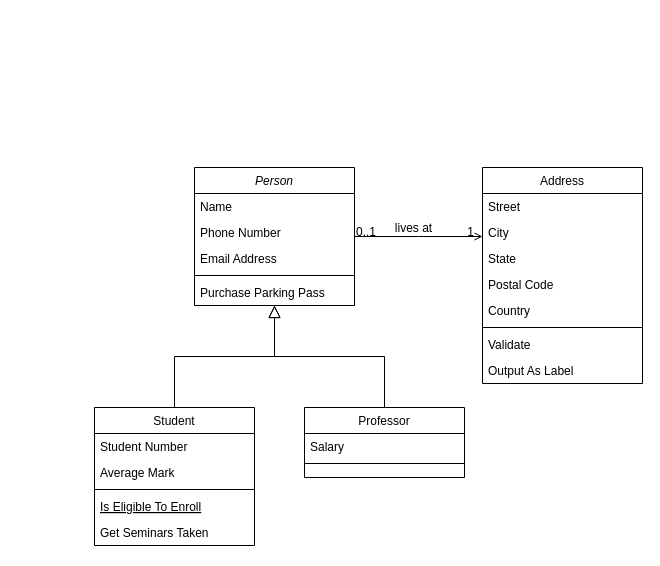
Before: Диаграмма без названия.drawio in dinywka/homeworks, a draw.io diagram. Source tidied: cells renumbered, new cells numbered last; positions are measured from the earlier drawing's top-left corner, leaving out a move shared by most shapes. Both pictures are drawn from the tidied source at 100%, with x=0, y=0 at pixel (94, 167).
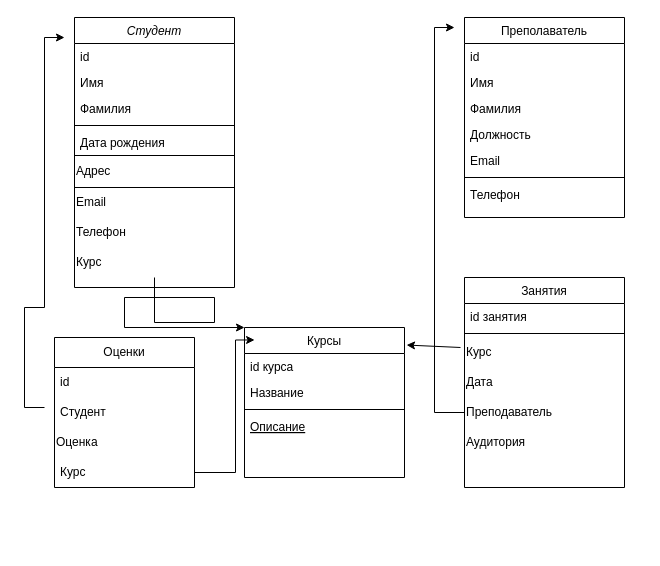
The same page after the edit.

The edit, as a diff of the source:
```diff
@@
-    <mxCell id="2" value="Person" style="swimlane;fontStyle=2;align=center;verticalAlign=top;horizontal=1;startSize=26;rounded=0;shadow=0;strokeWidth=1;" parent="1" vertex="1">
-      <mxGeometry x="100" width="160" height="138" as="geometry" />
+    <mxCell id="2" value="Студент" style="swimlane;fontStyle=2;align=center;verticalAlign=top;horizontal=1;startSize=26;rounded=0;shadow=0;strokeWidth=1;" parent="1" vertex="1">
+      <mxGeometry x="-20" y="-150" width="160" height="270" as="geometry" />
     </mxCell>
-    <mxCell id="3" value="Name" style="text;align=left;verticalAlign=top;spacingLeft=4;spacingRight=4;overflow=hidden;" parent="2" vertex="1">
+    <mxCell id="3" value="id&#10;" style="text;align=left;verticalAlign=top;spacingLeft=4;spacingRight=4;overflow=hidden;" parent="2" vertex="1">
       <mxGeometry y="26" width="160" height="26" as="geometry" />
     </mxCell>
-    <mxCell id="4" value="Phone Number" style="text;align=left;verticalAlign=top;spacingLeft=4;spacingRight=4;overflow=hidden;rounded=0;shadow=0;html=0;" parent="2" vertex="1">
+    <mxCell id="4" value="Имя" style="text;align=left;verticalAlign=top;spacingLeft=4;spacingRight=4;overflow=hidden;rounded=0;shadow=0;html=0;" parent="2" vertex="1">
       <mxGeometry y="52" width="160" height="26" as="geometry" />
     </mxCell>
-    <mxCell id="5" value="Email Address" style="text;align=left;verticalAlign=top;spacingLeft=4;spacingRight=4;overflow=hidden;rounded=0;shadow=0;html=0;" parent="2" vertex="1">
+    <mxCell id="5" value="Фамилия" style="text;align=left;verticalAlign=top;spacingLeft=4;spacingRight=4;overflow=hidden;rounded=0;shadow=0;html=0;" parent="2" vertex="1">
       <mxGeometry y="78" width="160" height="26" as="geometry" />
     </mxCell>
@@
-    <mxCell id="7" value="Purchase Parking Pass" style="text;align=left;verticalAlign=top;spacingLeft=4;spacingRight=4;overflow=hidden;" parent="2" vertex="1">
+    <mxCell id="7" value="Дата рождения&#10;" style="text;align=left;verticalAlign=top;spacingLeft=4;spacingRight=4;overflow=hidden;" parent="2" vertex="1">
       <mxGeometry y="112" width="160" height="26" as="geometry" />
     </mxCell>
+    <mxCell id="32" value="Адрес" style="whiteSpace=wrap;html=1;align=left;" parent="2" vertex="1">
+      <mxGeometry y="138" width="160" height="32" as="geometry" />
+    </mxCell>
+    <mxCell id="33" value="Email" style="text;html=1;align=left;verticalAlign=middle;strokeColor=none;fillColor=none;" parent="2" vertex="1">
+      <mxGeometry y="170" width="160" height="30" as="geometry" />
+    </mxCell>
+    <mxCell id="34" value="Телефон" style="text;html=1;align=left;verticalAlign=middle;strokeColor=none;fillColor=none;" parent="2" vertex="1">
+      <mxGeometry y="200" width="160" height="30" as="geometry" />
+    </mxCell>
+    <mxCell id="35" value="Курс" style="text;html=1;align=left;verticalAlign=middle;points=[];strokeColor=none;fillColor=none;" parent="2" vertex="1">
+      <mxGeometry y="230" width="160" height="30" as="geometry" />
+    </mxCell>
-    <mxCell id="8" value="Student" style="swimlane;fontStyle=0;align=center;verticalAlign=top;horizontal=1;startSize=26;rounded=0;shadow=0;strokeWidth=1;" parent="1" vertex="1">
-      <mxGeometry y="240" width="160" height="138" as="geometry" />
+    <mxCell id="8" value="Курсы" style="swimlane;fontStyle=0;align=center;verticalAlign=top;horizontal=1;startSize=26;rounded=0;shadow=0;strokeWidth=1;" parent="1" vertex="1">
+      <mxGeometry x="150" y="160" width="160" height="150" as="geometry" />
     </mxCell>
-    <mxCell id="9" value="Student Number" style="text;align=left;verticalAlign=top;spacingLeft=4;spacingRight=4;overflow=hidden;" parent="8" vertex="1">
+    <mxCell id="9" value="id курса" style="text;align=left;verticalAlign=top;spacingLeft=4;spacingRight=4;overflow=hidden;" parent="8" vertex="1">
       <mxGeometry y="26" width="160" height="26" as="geometry" />
     </mxCell>
-    <mxCell id="10" value="Average Mark" style="text;align=left;verticalAlign=top;spacingLeft=4;spacingRight=4;overflow=hidden;rounded=0;shadow=0;html=0;" parent="8" vertex="1">
+    <mxCell id="10" value="Название" style="text;align=left;verticalAlign=top;spacingLeft=4;spacingRight=4;overflow=hidden;rounded=0;shadow=0;html=0;" parent="8" vertex="1">
       <mxGeometry y="52" width="160" height="26" as="geometry" />
     </mxCell>
@@
-    <mxCell id="12" value="Is Eligible To Enroll" style="text;align=left;verticalAlign=top;spacingLeft=4;spacingRight=4;overflow=hidden;fontStyle=4;" parent="8" vertex="1">
+    <mxCell id="12" value="Описание" style="text;align=left;verticalAlign=top;spacingLeft=4;spacingRight=4;overflow=hidden;fontStyle=4;" parent="8" vertex="1">
       <mxGeometry y="86" width="160" height="26" as="geometry" />
     </mxCell>
-    <mxCell id="13" value="Get Seminars Taken" style="text;align=left;verticalAlign=top;spacingLeft=4;spacingRight=4;overflow=hidden;" parent="8" vertex="1">
-      <mxGeometry y="112" width="160" height="26" as="geometry" />
-    </mxCell>
-    <mxCell id="14" style="endArrow=block;endSize=10;endFill=0;shadow=0;strokeWidth=1;rounded=0;edgeStyle=elbowEdgeStyle;elbow=vertical;" parent="1" edge="1" source="8" target="2">
-      <mxGeometry relative="1" as="geometry" />
-    </mxCell>
-    <mxCell id="15" value="Professor" style="swimlane;fontStyle=0;align=center;verticalAlign=top;horizontal=1;startSize=26;rounded=0;shadow=0;strokeWidth=1;" parent="1" vertex="1">
-      <mxGeometry x="210" y="240" width="160" height="70" as="geometry" />
+    <mxCell id="15" value="Занятия" style="swimlane;fontStyle=0;align=center;verticalAlign=top;horizontal=1;startSize=26;rounded=0;shadow=0;strokeWidth=1;" parent="1" vertex="1">
+      <mxGeometry x="370" y="110" width="160" height="210" as="geometry" />
     </mxCell>
-    <mxCell id="16" value="Salary" style="text;align=left;verticalAlign=top;spacingLeft=4;spacingRight=4;overflow=hidden;" parent="15" vertex="1">
+    <mxCell id="16" value="id занятия" style="text;align=left;verticalAlign=top;spacingLeft=4;spacingRight=4;overflow=hidden;" parent="15" vertex="1">
       <mxGeometry y="26" width="160" height="26" as="geometry" />
     </mxCell>
@@
-    <mxCell id="18" style="endArrow=block;endSize=10;endFill=0;shadow=0;strokeWidth=1;rounded=0;edgeStyle=elbowEdgeStyle;elbow=vertical;" parent="1" edge="1" source="15" target="2">
-      <mxGeometry relative="1" as="geometry" />
-    </mxCell>
+    <mxCell id="36" value="Курс" style="text;html=1;align=left;verticalAlign=middle;points=[];strokeColor=none;fillColor=none;" parent="15" vertex="1">
+      <mxGeometry y="60" width="160" height="30" as="geometry" />
+    </mxCell>
+    <mxCell id="37" value="Дата" style="text;html=1;align=left;verticalAlign=middle;strokeColor=none;fillColor=none;" parent="15" vertex="1">
+      <mxGeometry y="90" width="160" height="30" as="geometry" />
+    </mxCell>
+    <mxCell id="38" value="Преподаватель" style="text;html=1;align=left;verticalAlign=middle;points=[];strokeColor=none;fillColor=none;" parent="15" vertex="1">
+      <mxGeometry y="120" width="160" height="30" as="geometry" />
+    </mxCell>
+    <mxCell id="39" value="Аудитория" style="text;html=1;align=left;verticalAlign=middle;strokeColor=none;fillColor=none;" parent="15" vertex="1">
+      <mxGeometry y="150" width="160" height="30" as="geometry" />
+    </mxCell>
-    <mxCell id="19" value="Address" style="swimlane;fontStyle=0;align=center;verticalAlign=top;horizontal=1;startSize=26;rounded=0;shadow=0;strokeWidth=1;" parent="1" vertex="1">
-      <mxGeometry x="388" width="160" height="216" as="geometry" />
+    <mxCell id="19" value="Преполаватель" style="swimlane;fontStyle=0;align=center;verticalAlign=top;horizontal=1;startSize=26;rounded=0;shadow=0;strokeWidth=1;" parent="1" vertex="1">
+      <mxGeometry x="370" y="-150" width="160" height="200" as="geometry" />
     </mxCell>
-    <mxCell id="20" value="Street" style="text;align=left;verticalAlign=top;spacingLeft=4;spacingRight=4;overflow=hidden;" parent="19" vertex="1">
+    <mxCell id="20" value="id" style="text;align=left;verticalAlign=top;spacingLeft=4;spacingRight=4;overflow=hidden;" parent="19" vertex="1">
       <mxGeometry y="26" width="160" height="26" as="geometry" />
     </mxCell>
-    <mxCell id="21" value="City" style="text;align=left;verticalAlign=top;spacingLeft=4;spacingRight=4;overflow=hidden;rounded=0;shadow=0;html=0;" parent="19" vertex="1">
+    <mxCell id="21" value="Имя" style="text;align=left;verticalAlign=top;spacingLeft=4;spacingRight=4;overflow=hidden;rounded=0;shadow=0;html=0;" parent="19" vertex="1">
       <mxGeometry y="52" width="160" height="26" as="geometry" />
     </mxCell>
-    <mxCell id="22" value="State" style="text;align=left;verticalAlign=top;spacingLeft=4;spacingRight=4;overflow=hidden;rounded=0;shadow=0;html=0;" parent="19" vertex="1">
+    <mxCell id="22" value="Фамилия" style="text;align=left;verticalAlign=top;spacingLeft=4;spacingRight=4;overflow=hidden;rounded=0;shadow=0;html=0;" parent="19" vertex="1">
       <mxGeometry y="78" width="160" height="26" as="geometry" />
     </mxCell>
-    <mxCell id="23" value="Postal Code" style="text;align=left;verticalAlign=top;spacingLeft=4;spacingRight=4;overflow=hidden;rounded=0;shadow=0;html=0;" parent="19" vertex="1">
+    <mxCell id="23" value="Должность" style="text;align=left;verticalAlign=top;spacingLeft=4;spacingRight=4;overflow=hidden;rounded=0;shadow=0;html=0;" parent="19" vertex="1">
       <mxGeometry y="104" width="160" height="26" as="geometry" />
     </mxCell>
-    <mxCell id="24" value="Country" style="text;align=left;verticalAlign=top;spacingLeft=4;spacingRight=4;overflow=hidden;rounded=0;shadow=0;html=0;" parent="19" vertex="1">
+    <mxCell id="24" value="Email" style="text;align=left;verticalAlign=top;spacingLeft=4;spacingRight=4;overflow=hidden;rounded=0;shadow=0;html=0;" parent="19" vertex="1">
       <mxGeometry y="130" width="160" height="26" as="geometry" />
     </mxCell>
@@
-    <mxCell id="26" value="Validate" style="text;align=left;verticalAlign=top;spacingLeft=4;spacingRight=4;overflow=hidden;" parent="19" vertex="1">
+    <mxCell id="26" value="Телефон" style="text;align=left;verticalAlign=top;spacingLeft=4;spacingRight=4;overflow=hidden;" parent="19" vertex="1">
       <mxGeometry y="164" width="160" height="26" as="geometry" />
     </mxCell>
-    <mxCell id="27" value="Output As Label" style="text;align=left;verticalAlign=top;spacingLeft=4;spacingRight=4;overflow=hidden;" parent="19" vertex="1">
-      <mxGeometry y="190" width="160" height="26" as="geometry" />
-    </mxCell>
-    <mxCell id="28" style="endArrow=open;shadow=0;strokeWidth=1;rounded=0;endFill=1;edgeStyle=elbowEdgeStyle;elbow=vertical;" parent="1" edge="1" source="2" target="19">
-      <mxGeometry x="0.5" y="41" relative="1" as="geometry">
-        <mxPoint x="-40" y="32" as="offset" />
-      </mxGeometry>
-    </mxCell>
-    <mxCell id="29" value="0..1" style="align=left;verticalAlign=bottom;labelBackgroundColor=none;fontSize=12;" parent="28" vertex="1">
-      <mxGeometry x="-1" relative="1" as="geometry">
-        <mxPoint y="4" as="offset" />
-      </mxGeometry>
-    </mxCell>
-    <mxCell id="30" value="1" style="align=right;verticalAlign=bottom;labelBackgroundColor=none;fontSize=12;" parent="28" vertex="1">
-      <mxGeometry x="1" relative="1" as="geometry">
-        <mxPoint x="-7" y="4" as="offset" />
-      </mxGeometry>
-    </mxCell>
-    <mxCell id="31" value="lives at" style="text;html=1;align=center;verticalAlign=middle;labelBackgroundColor=none;rounded=0;shadow=0;strokeWidth=1;fontSize=12;" parent="28" vertex="1">
-      <mxGeometry x="0.5" y="49" relative="1" as="geometry">
-        <mxPoint x="-38" y="40" as="offset" />
-      </mxGeometry>
-    </mxCell>
+    <mxCell id="40" style="edgeStyle=orthogonalEdgeStyle;rounded=0;orthogonalLoop=1;jettySize=auto;html=1;" parent="1" edge="1">
+      <mxGeometry relative="1" as="geometry">
+        <mxPoint x="-50" y="240" as="sourcePoint" />
+        <mxPoint x="-30" y="-130" as="targetPoint" />
+        <Array as="points">
+          <mxPoint x="-70" y="240" />
+          <mxPoint x="-70" y="140" />
+          <mxPoint x="-50" y="140" />
+          <mxPoint x="-50" y="-130" />
+        </Array>
+      </mxGeometry>
+    </mxCell>
+    <mxCell id="41" value="Оценки" style="swimlane;fontStyle=0;horizontal=1;startSize=30;whiteSpace=wrap;html=1;" parent="1" vertex="1">
+      <mxGeometry x="-40" y="170" width="140" height="150" as="geometry" />
+    </mxCell>
+    <mxCell id="42" value="id" style="text;strokeColor=none;fillColor=none;align=left;verticalAlign=middle;spacingLeft=4;spacingRight=4;overflow=hidden;whiteSpace=wrap;html=1;" parent="41" vertex="1">
+      <mxGeometry y="30" width="140" height="30" as="geometry" />
+    </mxCell>
+    <mxCell id="43" value="Студент" style="text;strokeColor=none;fillColor=none;align=left;verticalAlign=middle;spacingLeft=4;spacingRight=4;overflow=hidden;whiteSpace=wrap;html=1;" parent="41" vertex="1">
+      <mxGeometry y="60" width="140" height="30" as="geometry" />
+    </mxCell>
+    <mxCell id="44" value="Оценка" style="text;html=1;align=left;verticalAlign=middle;strokeColor=none;fillColor=none;" parent="41" vertex="1">
+      <mxGeometry y="90" width="140" height="30" as="geometry" />
+    </mxCell>
+    <mxCell id="45" value="Курс" style="text;strokeColor=none;fillColor=none;align=left;verticalAlign=middle;spacingLeft=4;spacingRight=4;overflow=hidden;points=[[0,0.5],[1,0.5]];portConstraint=eastwest;whiteSpace=wrap;html=1;" parent="41" vertex="1">
+      <mxGeometry y="120" width="140" height="30" as="geometry" />
+    </mxCell>
+    <mxCell id="46" style="endArrow=classic;html=1;rounded=0;exitX=-0.025;exitY=0.333;exitDx=0;exitDy=0;exitPerimeter=0;entryX=1.013;entryY=0.117;entryDx=0;entryDy=0;entryPerimeter=0;" parent="1" edge="1" source="36" target="8">
+      <mxGeometry relative="1" as="geometry" />
+    </mxCell>
+    <mxCell id="47" style="edgeStyle=orthogonalEdgeStyle;rounded=0;jettySize=auto;html=1;" parent="1" edge="1" source="38">
+      <mxGeometry relative="1" as="geometry">
+        <mxPoint x="360" y="-140" as="targetPoint" />
+        <Array as="points">
+          <mxPoint x="340" y="245" />
+          <mxPoint x="340" y="-140" />
+        </Array>
+      </mxGeometry>
+    </mxCell>
+    <mxCell id="48" style="edgeStyle=orthogonalEdgeStyle;rounded=0;jettySize=auto;html=1;exitX=1;exitY=0.5;exitDx=0;exitDy=0;entryX=0.063;entryY=0.083;entryDx=0;entryDy=0;entryPerimeter=0;" parent="1" edge="1" source="45" target="8">
+      <mxGeometry relative="1" as="geometry">
+        <Array as="points">
+          <mxPoint x="141" y="305" />
+          <mxPoint x="141" y="173" />
+        </Array>
+      </mxGeometry>
+    </mxCell>
+    <mxCell id="49" style="edgeStyle=orthogonalEdgeStyle;rounded=0;jettySize=auto;html=1;entryX=0;entryY=0;entryDx=0;entryDy=0;" parent="1" edge="1" source="35" target="8">
+      <mxGeometry relative="1" as="geometry">
+        <Array as="points">
+          <mxPoint x="60" y="155" />
+          <mxPoint x="120" y="155" />
+          <mxPoint x="120" y="130" />
+          <mxPoint x="30" y="130" />
+          <mxPoint x="30" y="160" />
+        </Array>
+      </mxGeometry>
+    </mxCell>
```
